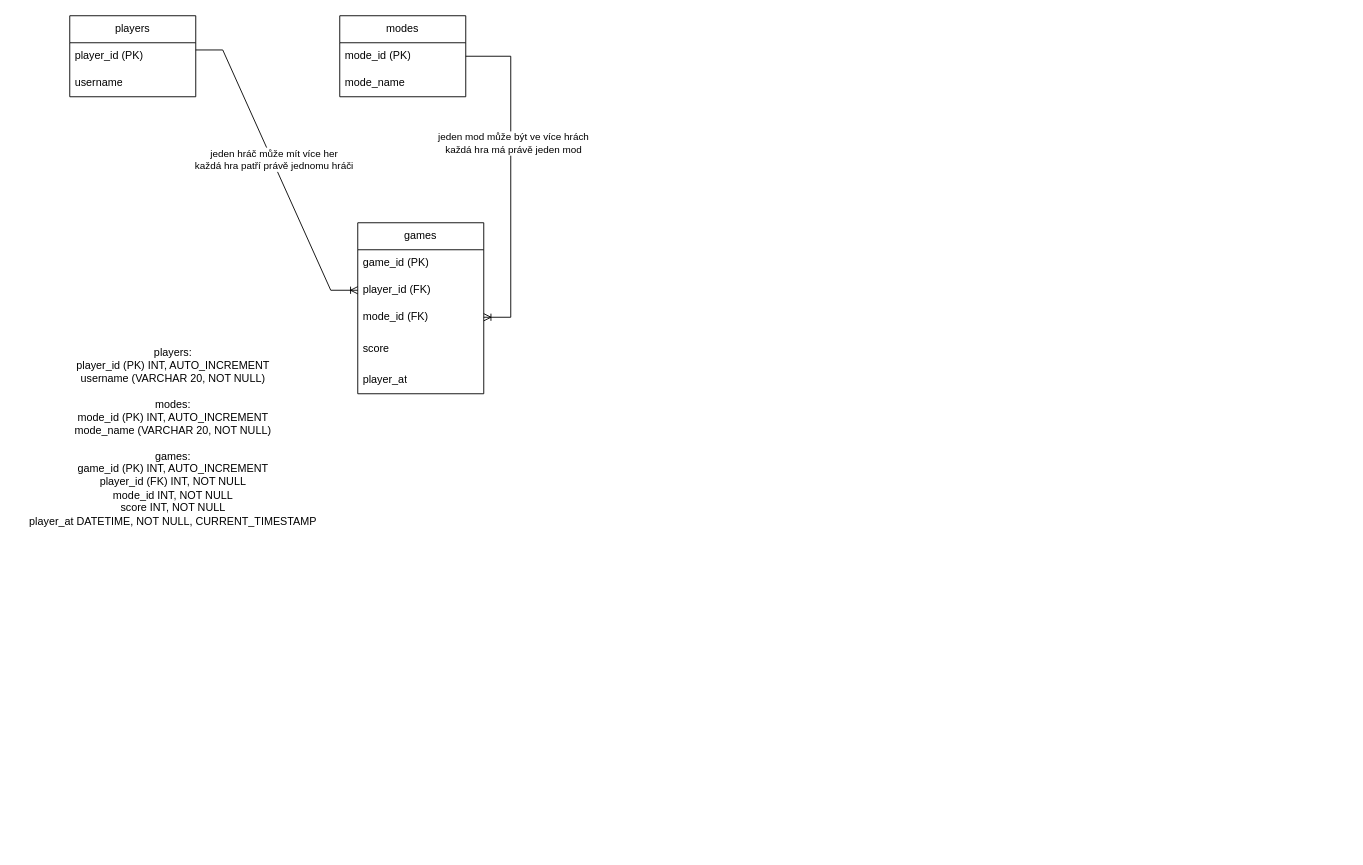
The draw.io diagram CLICK IT MATURITA/CLICK_IT ER DIAGRAM.drawio in Brabechonza/maturita_projekt_click_it, before the edit. Source tidied: cells renumbered, new cells numbered last; positions are measured from the earlier drawing's top-left corner, leaving out a move shared by most shapes. Both pictures are drawn from the tidied source at 90%, with x=0, y=0 at pixel (15, 15).
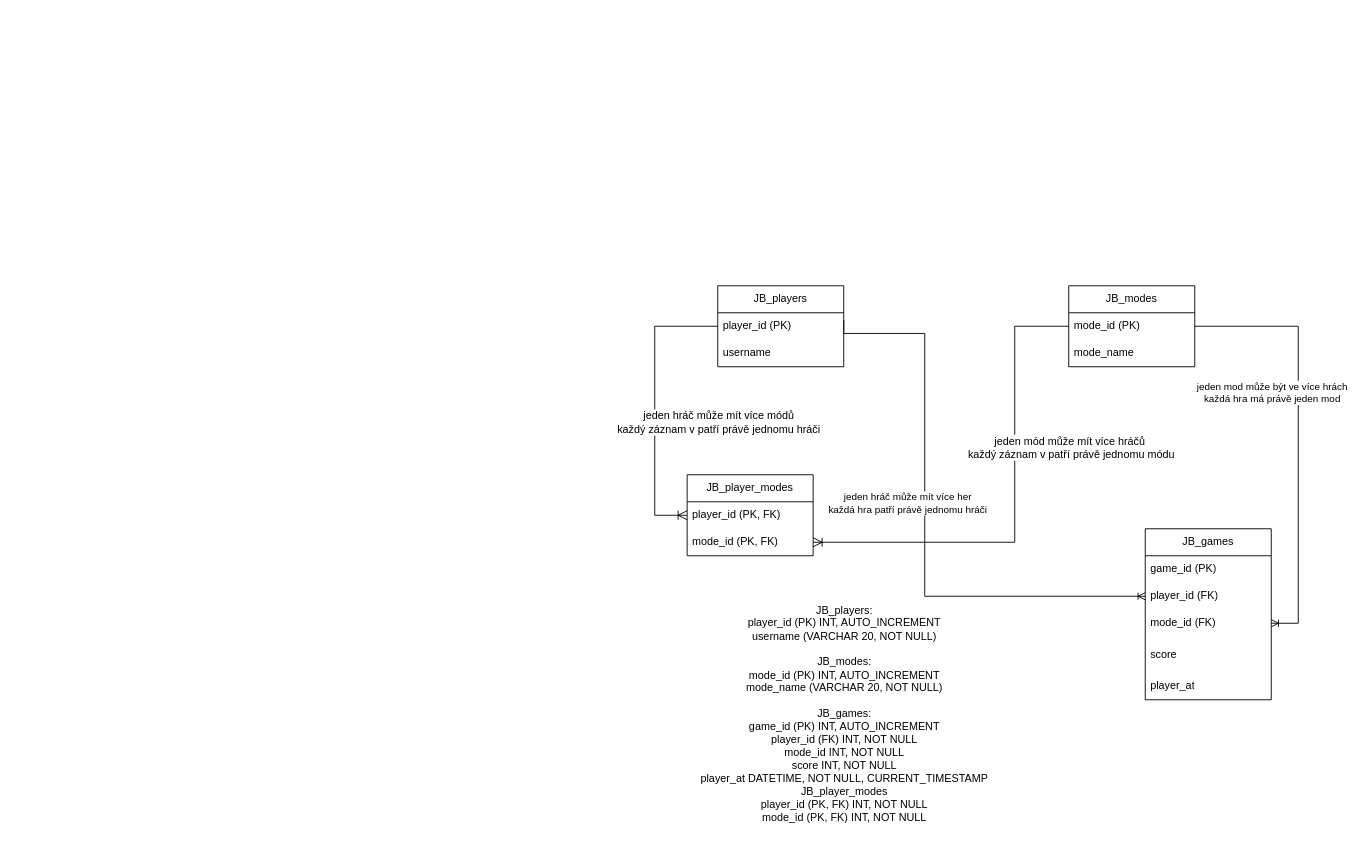
The same page after the edit.

Unchanged cells that the change refers to:
```xml
<mxCell id="16" style="edgeStyle=entityRelationEdgeStyle;fontSize=12;html=1;endArrow=ERoneToMany;rounded=0;exitX=1;exitY=0.5;exitDx=0;exitDy=0;" parent="1" edge="1" source="6" target="11">
  <mxGeometry relative="1" as="geometry" />
</mxCell>
```

Diff of the diagram source:
```diff
@@
-    <mxCell id="2" value="players" style="swimlane;fontStyle=0;horizontal=1;startSize=30;whiteSpace=wrap;html=1;" parent="1" vertex="1">
-      <mxGeometry x="60" width="140" height="90" as="geometry" />
-    </mxCell>
+    <mxCell id="19" value="JB_players" style="swimlane;fontStyle=0;horizontal=1;startSize=30;whiteSpace=wrap;html=1;" parent="1" vertex="1">
+      <mxGeometry x="780" y="300" width="140" height="90" as="geometry" />
+    </mxCell>
-    <mxCell id="3" value="player_id (PK)" style="text;strokeColor=none;fillColor=none;align=left;verticalAlign=middle;spacingLeft=4;spacingRight=4;overflow=hidden;points=[[0,0.5],[1,0.5]];portConstraint=eastwest;whiteSpace=wrap;html=1;" parent="2" vertex="1">
+    <mxCell id="3" value="player_id (PK)" style="text;strokeColor=none;fillColor=none;align=left;verticalAlign=middle;spacingLeft=4;spacingRight=4;overflow=hidden;points=[[0,0.5],[1,0.5]];portConstraint=eastwest;whiteSpace=wrap;html=1;" parent="19" vertex="1">
       <mxGeometry y="30" width="140" height="30" as="geometry" />
     </mxCell>
-    <mxCell id="4" value="username" style="text;strokeColor=none;fillColor=none;align=left;verticalAlign=middle;spacingLeft=4;spacingRight=4;overflow=hidden;whiteSpace=wrap;html=1;" parent="2" vertex="1">
+    <mxCell id="4" value="username" style="text;strokeColor=none;fillColor=none;align=left;verticalAlign=middle;spacingLeft=4;spacingRight=4;overflow=hidden;whiteSpace=wrap;html=1;" parent="19" vertex="1">
       <mxGeometry y="60" width="140" height="30" as="geometry" />
     </mxCell>
-    <mxCell id="5" value="modes" style="swimlane;fontStyle=0;horizontal=1;startSize=30;whiteSpace=wrap;html=1;" parent="1" vertex="1">
-      <mxGeometry x="360" width="140" height="90" as="geometry" />
-    </mxCell>
+    <mxCell id="20" value="JB_modes" style="swimlane;fontStyle=0;horizontal=1;startSize=30;whiteSpace=wrap;html=1;" parent="1" vertex="1">
+      <mxGeometry x="1170" y="300" width="140" height="90" as="geometry" />
+    </mxCell>
-    <mxCell id="6" value="mode_id (PK)" style="text;strokeColor=none;fillColor=none;align=left;verticalAlign=middle;spacingLeft=4;spacingRight=4;overflow=hidden;points=[[0,0.5],[1,0.5]];portConstraint=eastwest;whiteSpace=wrap;html=1;" parent="5" vertex="1">
+    <mxCell id="6" value="mode_id (PK)" style="text;strokeColor=none;fillColor=none;align=left;verticalAlign=middle;spacingLeft=4;spacingRight=4;overflow=hidden;points=[[0,0.5],[1,0.5]];portConstraint=eastwest;whiteSpace=wrap;html=1;" parent="20" vertex="1">
       <mxGeometry y="30" width="140" height="30" as="geometry" />
     </mxCell>
-    <mxCell id="7" value="mode_name" style="text;strokeColor=none;fillColor=none;align=left;verticalAlign=middle;spacingLeft=4;spacingRight=4;overflow=hidden;whiteSpace=wrap;html=1;" parent="5" vertex="1">
+    <mxCell id="7" value="mode_name" style="text;strokeColor=none;fillColor=none;align=left;verticalAlign=middle;spacingLeft=4;spacingRight=4;overflow=hidden;whiteSpace=wrap;html=1;" parent="20" vertex="1">
       <mxGeometry y="60" width="140" height="30" as="geometry" />
     </mxCell>
-    <mxCell id="8" value="games" style="swimlane;fontStyle=0;horizontal=1;startSize=30;whiteSpace=wrap;html=1;" parent="1" vertex="1">
-      <mxGeometry x="380" y="230" width="140" height="190" as="geometry" />
-    </mxCell>
+    <mxCell id="21" value="JB_games" style="swimlane;fontStyle=0;horizontal=1;startSize=30;whiteSpace=wrap;html=1;" parent="1" vertex="1">
+      <mxGeometry x="1255" y="570" width="140" height="190" as="geometry" />
+    </mxCell>
-    <mxCell id="9" value="game_id (PK)" style="text;strokeColor=none;fillColor=none;align=left;verticalAlign=middle;spacingLeft=4;spacingRight=4;overflow=hidden;whiteSpace=wrap;html=1;" parent="8" vertex="1">
+    <mxCell id="9" value="game_id (PK)" style="text;strokeColor=none;fillColor=none;align=left;verticalAlign=middle;spacingLeft=4;spacingRight=4;overflow=hidden;whiteSpace=wrap;html=1;" parent="21" vertex="1">
       <mxGeometry y="30" width="140" height="30" as="geometry" />
     </mxCell>
-    <mxCell id="10" value="player_id (FK)" style="text;strokeColor=none;fillColor=none;align=left;verticalAlign=middle;spacingLeft=4;spacingRight=4;overflow=hidden;points=[[0,0.5],[1,0.5]];portConstraint=eastwest;whiteSpace=wrap;html=1;" parent="8" vertex="1">
+    <mxCell id="10" value="player_id (FK)" style="text;strokeColor=none;fillColor=none;align=left;verticalAlign=middle;spacingLeft=4;spacingRight=4;overflow=hidden;points=[[0,0.5],[1,0.5]];portConstraint=eastwest;whiteSpace=wrap;html=1;" parent="21" vertex="1">
       <mxGeometry y="60" width="140" height="30" as="geometry" />
     </mxCell>
-    <mxCell id="11" value="&lt;div&gt;mode_id (FK)&lt;/div&gt;" style="text;strokeColor=none;fillColor=none;align=left;verticalAlign=middle;spacingLeft=4;spacingRight=4;overflow=hidden;points=[[0,0.5],[1,0.5]];portConstraint=eastwest;whiteSpace=wrap;html=1;" parent="8" vertex="1">
+    <mxCell id="11" value="&lt;div&gt;mode_id (FK)&lt;/div&gt;" style="text;strokeColor=none;fillColor=none;align=left;verticalAlign=middle;spacingLeft=4;spacingRight=4;overflow=hidden;points=[[0,0.5],[1,0.5]];portConstraint=eastwest;whiteSpace=wrap;html=1;" parent="21" vertex="1">
       <mxGeometry y="90" width="140" height="30" as="geometry" />
     </mxCell>
-    <mxCell id="12" value="&lt;div&gt;score&lt;/div&gt;" style="text;strokeColor=none;fillColor=none;align=left;verticalAlign=middle;spacingLeft=4;spacingRight=4;overflow=hidden;whiteSpace=wrap;html=1;" parent="8" vertex="1">
+    <mxCell id="12" value="&lt;div&gt;score&lt;/div&gt;" style="text;strokeColor=none;fillColor=none;align=left;verticalAlign=middle;spacingLeft=4;spacingRight=4;overflow=hidden;whiteSpace=wrap;html=1;" parent="21" vertex="1">
       <mxGeometry y="120" width="140" height="40" as="geometry" />
     </mxCell>
-    <mxCell id="13" value="&lt;div&gt;player_at&lt;/div&gt;" style="text;strokeColor=none;fillColor=none;align=left;verticalAlign=middle;spacingLeft=4;spacingRight=4;overflow=hidden;whiteSpace=wrap;html=1;" parent="8" vertex="1">
+    <mxCell id="13" value="&lt;div&gt;player_at&lt;/div&gt;" style="text;strokeColor=none;fillColor=none;align=left;verticalAlign=middle;spacingLeft=4;spacingRight=4;overflow=hidden;whiteSpace=wrap;html=1;" parent="21" vertex="1">
       <mxGeometry y="160" width="140" height="30" as="geometry" />
     </mxCell>
-    <mxCell id="14" style="edgeStyle=entityRelationEdgeStyle;fontSize=12;html=1;endArrow=ERoneToMany;rounded=0;exitX=1;exitY=0.267;exitDx=0;exitDy=0;exitPerimeter=0;entryX=0;entryY=0.5;entryDx=0;entryDy=0;" parent="1" edge="1" source="3" target="10">
-      <mxGeometry relative="1" as="geometry" />
+    <mxCell id="14" style="edgeStyle=orthogonalEdgeStyle;fontSize=12;html=1;endArrow=ERoneToMany;rounded=0;exitX=1;exitY=0.267;exitDx=0;exitDy=0;exitPerimeter=0;entryX=0;entryY=0.5;entryDx=0;entryDy=0;" parent="1" edge="1" source="3" target="10">
+      <mxGeometry relative="1" as="geometry">
+        <Array as="points">
+          <mxPoint x="920" y="353" />
+          <mxPoint x="1010" y="353" />
+          <mxPoint x="1010" y="645" />
+        </Array>
+      </mxGeometry>
     </mxCell>
     <mxCell id="15" value="jeden hráč může mít více her&lt;div&gt;každá hra patří právě jednomu hráči&lt;/div&gt;" style="edgeLabel;html=1;align=center;verticalAlign=middle;" parent="14" vertex="1">
-      <mxGeometry x="-0.07" y="2" relative="1" as="geometry" />
+      <mxGeometry x="-0.07" y="2" relative="1" as="geometry">
+        <mxPoint x="-22" y="-6" as="offset" />
+      </mxGeometry>
     </mxCell>
@@
     <mxCell id="17" value="jeden mod může být ve více hrách&lt;div&gt;každá hra má právě jeden mod&lt;/div&gt;" style="edgeLabel;html=1;align=center;verticalAlign=middle;" parent="16" vertex="1">
-      <mxGeometry x="-0.21" y="2" relative="1" as="geometry" />
+      <mxGeometry x="-0.21" y="2" relative="1" as="geometry">
+        <mxPoint x="-32" as="offset" />
+      </mxGeometry>
     </mxCell>
-    <mxCell id="18" value="players:&lt;div&gt;player_id (PK) INT, AUTO_INCREMENT&lt;br&gt;&lt;div&gt;username (VARCHAR 20, NOT NULL)&lt;/div&gt;&lt;div&gt;&lt;br&gt;&lt;/div&gt;&lt;div&gt;modes:&lt;/div&gt;&lt;div&gt;mode_id (PK) INT, AUTO_INCREMENT&lt;/div&gt;&lt;div&gt;mode_name (VARCHAR 20, NOT NULL)&lt;/div&gt;&lt;/div&gt;&lt;div&gt;&lt;br&gt;&lt;/div&gt;&lt;div&gt;games:&lt;/div&gt;&lt;div&gt;game_id (PK) INT, AUTO_INCREMENT&lt;/div&gt;&lt;div&gt;player_id (FK) INT, NOT NULL&lt;/div&gt;&lt;div&gt;mode_id INT, NOT NULL&lt;/div&gt;&lt;div&gt;score INT, NOT NULL&lt;/div&gt;&lt;div&gt;player_at DATETIME, NOT NULL, CURRENT_TIMESTAMP&lt;/div&gt;&lt;div&gt;&lt;br&gt;&lt;/div&gt;" style="text;html=1;whiteSpace=wrap;strokeColor=none;fillColor=none;align=center;verticalAlign=middle;rounded=0;" parent="1" vertex="1">
-      <mxGeometry y="350" width="350" height="250" as="geometry" />
-    </mxCell>
+    <mxCell id="22" value="JB_players:&lt;div&gt;player_id (PK) INT, AUTO_INCREMENT&lt;br&gt;&lt;div&gt;username (VARCHAR 20, NOT NULL)&lt;/div&gt;&lt;div&gt;&lt;br&gt;&lt;/div&gt;&lt;div&gt;JB_modes:&lt;/div&gt;&lt;div&gt;mode_id (PK) INT, AUTO_INCREMENT&lt;/div&gt;&lt;div&gt;mode_name (VARCHAR 20, NOT NULL)&lt;/div&gt;&lt;/div&gt;&lt;div&gt;&lt;br&gt;&lt;/div&gt;&lt;div&gt;JB_games:&lt;/div&gt;&lt;div&gt;game_id (PK) INT, AUTO_INCREMENT&lt;/div&gt;&lt;div&gt;player_id (FK) INT, NOT NULL&lt;/div&gt;&lt;div&gt;mode_id INT, NOT NULL&lt;/div&gt;&lt;div&gt;score INT, NOT NULL&lt;/div&gt;&lt;div&gt;player_at DATETIME, NOT NULL, CURRENT_TIMESTAMP&lt;/div&gt;&lt;div&gt;JB_player_modes&lt;/div&gt;&lt;div&gt;player_id (PK, FK) INT, NOT NULL&lt;br&gt;mode_id (PK, FK) INT, NOT NULL&lt;/div&gt;&lt;div&gt;&lt;br&gt;&lt;/div&gt;&lt;div&gt;&lt;br&gt;&lt;/div&gt;" style="text;html=1;whiteSpace=wrap;strokeColor=none;fillColor=none;align=center;verticalAlign=middle;rounded=0;" parent="1" vertex="1">
+      <mxGeometry x="746" y="665" width="350" height="250" as="geometry" />
+    </mxCell>
+    <mxCell id="23" value="JB_player_modes" style="swimlane;fontStyle=0;horizontal=1;startSize=30;whiteSpace=wrap;html=1;" parent="1" vertex="1">
+      <mxGeometry x="746" y="510" width="140" height="90" as="geometry" />
+    </mxCell>
+    <mxCell id="24" value="player_id (PK, FK)" style="text;strokeColor=none;fillColor=none;align=left;verticalAlign=middle;spacingLeft=4;spacingRight=4;overflow=hidden;points=[[0,0.5],[1,0.5]];portConstraint=eastwest;whiteSpace=wrap;html=1;" parent="23" vertex="1">
+      <mxGeometry y="30" width="140" height="30" as="geometry" />
+    </mxCell>
+    <mxCell id="25" value="mode_id (PK, FK)" style="text;strokeColor=none;fillColor=none;align=left;verticalAlign=middle;spacingLeft=4;spacingRight=4;overflow=hidden;points=[[0,0.5],[1,0.5]];portConstraint=eastwest;whiteSpace=wrap;html=1;" parent="23" vertex="1">
+      <mxGeometry y="60" width="140" height="30" as="geometry" />
+    </mxCell>
+    <mxCell id="26" style="fontSize=12;html=1;endArrow=ERoneToMany;rounded=0;startSize=8;endSize=8;entryX=0;entryY=0.5;entryDx=0;entryDy=0;exitX=0;exitY=0.5;exitDx=0;exitDy=0;" parent="1" edge="1" source="3" target="24">
+      <mxGeometry relative="1" as="geometry">
+        <Array as="points">
+          <mxPoint x="710" y="345" />
+          <mxPoint x="710" y="460" />
+          <mxPoint x="710" y="555" />
+        </Array>
+      </mxGeometry>
+    </mxCell>
+    <mxCell id="27" value="jeden hráč může mít více módů&lt;br&gt;každý záznam v patří právě jednomu hráči" style="edgeLabel;html=1;align=center;verticalAlign=middle;fontSize=12;" parent="26" vertex="1">
+      <mxGeometry x="0.13" y="1" relative="1" as="geometry">
+        <mxPoint x="69" y="-3" as="offset" />
+      </mxGeometry>
+    </mxCell>
+    <mxCell id="28" style="fontSize=12;html=1;endArrow=ERoneToMany;rounded=0;startSize=8;endSize=8;exitX=0;exitY=0.5;exitDx=0;exitDy=0;entryX=1;entryY=0.5;entryDx=0;entryDy=0;edgeStyle=orthogonalEdgeStyle;" parent="1" edge="1" source="6" target="25">
+      <mxGeometry relative="1" as="geometry">
+        <Array as="points">
+          <mxPoint x="1110" y="345" />
+          <mxPoint x="1110" y="585" />
+        </Array>
+      </mxGeometry>
+    </mxCell>
+    <mxCell id="29" value="jeden mód může mít více hráčů&lt;div&gt;&amp;nbsp;každý záznam v patří právě jednomu módu&lt;/div&gt;" style="edgeLabel;html=1;align=center;verticalAlign=middle;fontSize=12;" parent="28" vertex="1">
+      <mxGeometry x="-0.24" y="1" relative="1" as="geometry">
+        <mxPoint x="59" y="-5" as="offset" />
+      </mxGeometry>
+    </mxCell>
```
